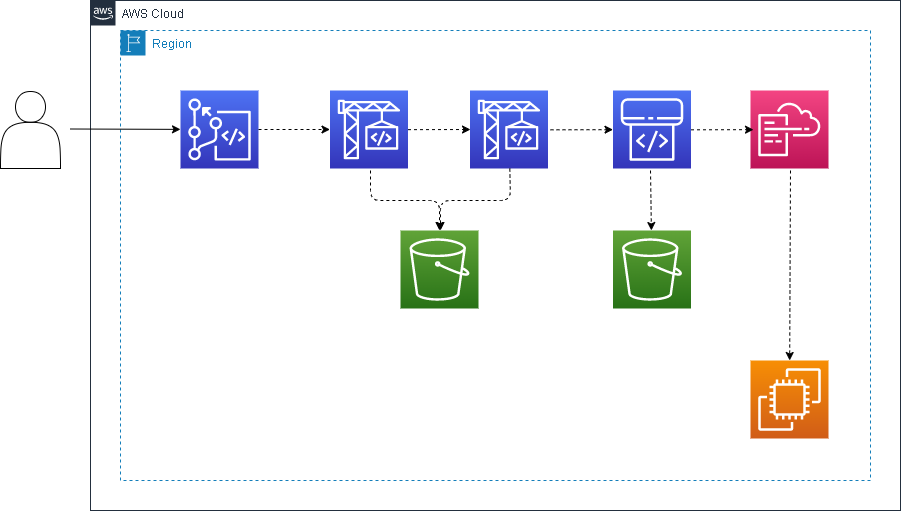
Earlier version of the draw.io export docs/img/architecture.drawio.png (cnc4e/cloudformation-cicd). Source tidied: cells renumbered, new cells last; positions are measured from the earlier drawing's top-left corner, leaving out a move shared by most shapes. Its diagram source:
```xml
<mxGraphModel background="#ffffff">
  <root>
    <mxCell id="0" />
    <mxCell id="1" parent="0" />
    <mxCell id="2" style="shape=actor;whiteSpace=wrap;html=1;" parent="1" vertex="1">
      <mxGeometry y="91" width="60" height="77" as="geometry" />
    </mxCell>
    <mxCell id="3" value="AWS Cloud" style="gradientColor=none;html=1;whiteSpace=wrap;fontSize=12;fontStyle=0;shape=mxgraph.aws4.group;grIcon=mxgraph.aws4.group_aws_cloud_alt;strokeColor=#232F3E;fillColor=none;verticalAlign=top;align=left;spacingLeft=30;fontColor=#232F3E;dashed=0;" parent="1" vertex="1">
      <mxGeometry x="90" width="810" height="510" as="geometry" />
    </mxCell>
    <mxCell id="4" value="Region" style="gradientColor=none;html=1;whiteSpace=wrap;fontSize=12;fontStyle=0;shape=mxgraph.aws4.group;grIcon=mxgraph.aws4.group_region;strokeColor=#147EBA;fillColor=none;verticalAlign=top;align=left;spacingLeft=30;fontColor=#147EBA;dashed=1;" parent="1" vertex="1">
      <mxGeometry x="120" y="30" width="750" height="450" as="geometry" />
    </mxCell>
    <mxCell id="5" style="outlineConnect=0;fontColor=#232F3E;gradientColor=#4D72F3;gradientDirection=north;fillColor=#3334B9;strokeColor=#ffffff;dashed=0;verticalLabelPosition=bottom;verticalAlign=top;align=center;html=1;fontSize=12;fontStyle=0;shape=mxgraph.aws4.resourceIcon;resIcon=mxgraph.aws4.codecommit;" parent="1" vertex="1">
      <mxGeometry x="180" y="90" width="78" height="78" as="geometry" />
    </mxCell>
    <mxCell id="6" style="outlineConnect=0;fontColor=#232F3E;gradientColor=#4D72F3;gradientDirection=north;fillColor=#3334B9;strokeColor=#ffffff;dashed=0;verticalLabelPosition=top;verticalAlign=bottom;align=center;html=1;fontSize=12;fontStyle=0;shape=mxgraph.aws4.resourceIcon;resIcon=mxgraph.aws4.codebuild;labelPosition=center;" parent="1" vertex="1">
      <mxGeometry x="329.5" y="90" width="78" height="78" as="geometry" />
    </mxCell>
    <mxCell id="7" style="outlineConnect=0;fontColor=#232F3E;gradientColor=#4D72F3;gradientDirection=north;fillColor=#3334B9;strokeColor=#ffffff;dashed=0;verticalLabelPosition=top;verticalAlign=bottom;align=center;html=1;fontSize=12;fontStyle=0;shape=mxgraph.aws4.resourceIcon;resIcon=mxgraph.aws4.codebuild;labelPosition=center;" parent="1" vertex="1">
      <mxGeometry x="469.5" y="90" width="78" height="78" as="geometry" />
    </mxCell>
    <mxCell id="8" style="fontColor=#232F3E;gradientColor=#4D72F3;gradientDirection=north;fillColor=#3334B9;strokeColor=#ffffff;dashed=0;verticalLabelPosition=bottom;verticalAlign=top;align=center;html=1;fontSize=12;fontStyle=0;shape=mxgraph.aws4.resourceIcon;resIcon=mxgraph.aws4.codepipeline;" parent="1" vertex="1">
      <mxGeometry x="612.5" y="90" width="78" height="78" as="geometry" />
    </mxCell>
    <mxCell id="9" style="outlineConnect=0;fontColor=#232F3E;gradientColor=#60A337;gradientDirection=north;fillColor=#277116;strokeColor=#ffffff;dashed=0;verticalLabelPosition=bottom;verticalAlign=top;align=center;html=1;fontSize=12;fontStyle=0;shape=mxgraph.aws4.resourceIcon;resIcon=mxgraph.aws4.s3;" parent="1" vertex="1">
      <mxGeometry x="400" y="230" width="78" height="78" as="geometry" />
    </mxCell>
    <mxCell id="10" style="outlineConnect=0;fontColor=#232F3E;gradientColor=#60A337;gradientDirection=north;fillColor=#277116;strokeColor=#ffffff;dashed=0;verticalLabelPosition=bottom;verticalAlign=top;align=center;html=1;fontSize=12;fontStyle=0;shape=mxgraph.aws4.resourceIcon;resIcon=mxgraph.aws4.s3;" parent="1" vertex="1">
      <mxGeometry x="612.5" y="230" width="78" height="78" as="geometry" />
    </mxCell>
    <mxCell id="11" style="fontColor=#232F3E;gradientColor=#F34482;gradientDirection=north;fillColor=#BC1356;strokeColor=#ffffff;dashed=0;verticalLabelPosition=top;verticalAlign=bottom;align=center;html=1;fontSize=12;fontStyle=0;shape=mxgraph.aws4.resourceIcon;resIcon=mxgraph.aws4.cloudformation;labelPosition=center;" parent="1" vertex="1">
      <mxGeometry x="750" y="90" width="78" height="78" as="geometry" />
    </mxCell>
    <mxCell id="12" style="outlineConnect=0;fontColor=#232F3E;gradientColor=#F78E04;gradientDirection=north;fillColor=#D05C17;strokeColor=#ffffff;dashed=0;verticalLabelPosition=bottom;verticalAlign=top;align=center;html=1;fontSize=12;fontStyle=0;shape=mxgraph.aws4.resourceIcon;resIcon=mxgraph.aws4.ec2;" parent="1" vertex="1">
      <mxGeometry x="750" y="360" width="78" height="78" as="geometry" />
    </mxCell>
    <mxCell id="13" style="endArrow=classic;html=1;fontColor=#000000;strokeColor=#000000;" parent="1" edge="1" target="5">
      <mxGeometry relative="1" as="geometry">
        <mxPoint x="70" y="128.5" as="sourcePoint" />
      </mxGeometry>
    </mxCell>
    <mxCell id="14" style="endArrow=classic;html=1;fontColor=#000000;strokeColor=#000000;dashed=1;" parent="1" edge="1" source="5" target="6">
      <mxGeometry relative="1" as="geometry" />
    </mxCell>
    <mxCell id="15" style="endArrow=classic;html=1;fontColor=#000000;strokeColor=#000000;dashed=1;" parent="1" edge="1">
      <mxGeometry relative="1" as="geometry">
        <mxPoint x="407.5" y="129.2" as="sourcePoint" />
        <mxPoint x="470" y="129" as="targetPoint" />
      </mxGeometry>
    </mxCell>
    <mxCell id="16" style="endArrow=classic;html=1;fontColor=#000000;strokeColor=#000000;dashed=1;" parent="1" edge="1">
      <mxGeometry relative="1" as="geometry">
        <mxPoint x="550" y="129.3" as="sourcePoint" />
        <mxPoint x="612.5" y="129.2" as="targetPoint" />
      </mxGeometry>
    </mxCell>
    <mxCell id="17" style="endArrow=classic;html=1;fontColor=#000000;strokeColor=#000000;dashed=1;" parent="1" edge="1">
      <mxGeometry relative="1" as="geometry">
        <mxPoint x="690.5" y="129.3" as="sourcePoint" />
        <mxPoint x="753" y="129.2" as="targetPoint" />
      </mxGeometry>
    </mxCell>
    <mxCell id="18" style="endArrow=classic;html=1;fontColor=#000000;strokeColor=#000000;dashed=1;" parent="1" edge="1" target="9">
      <mxGeometry relative="1" as="geometry">
        <mxPoint x="370" y="170" as="sourcePoint" />
        <Array as="points">
          <mxPoint x="370" y="200" />
          <mxPoint x="439" y="200" />
        </Array>
      </mxGeometry>
    </mxCell>
    <mxCell id="19" style="endArrow=classic;html=1;fontColor=#000000;strokeColor=#000000;dashed=1;" parent="1" edge="1" source="7">
      <mxGeometry relative="1" as="geometry">
        <mxPoint x="440" y="230" as="targetPoint" />
        <Array as="points">
          <mxPoint x="510" y="200" />
          <mxPoint x="440" y="200" />
        </Array>
      </mxGeometry>
    </mxCell>
    <mxCell id="20" style="endArrow=classic;html=1;fontColor=#000000;strokeColor=#000000;dashed=1;" parent="1" edge="1" target="10">
      <mxGeometry relative="1" as="geometry">
        <mxPoint x="650" y="170" as="sourcePoint" />
      </mxGeometry>
    </mxCell>
    <mxCell id="21" style="endArrow=classic;html=1;fontColor=#000000;strokeColor=#000000;dashed=1;" parent="1" edge="1" target="12">
      <mxGeometry relative="1" as="geometry">
        <mxPoint x="790" y="170" as="sourcePoint" />
      </mxGeometry>
    </mxCell>
  </root>
</mxGraphModel>
```
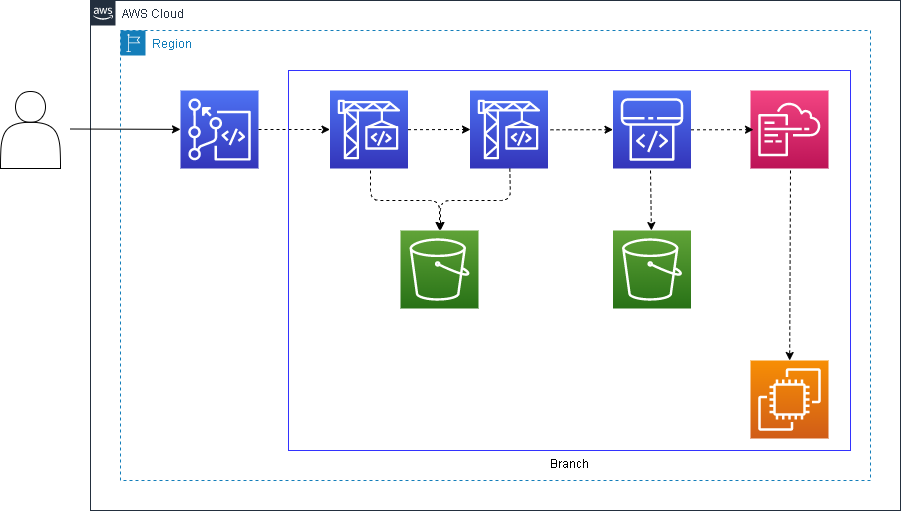
The same diagram one commit later.

Diff of the diagram source:
```diff
@@ -89,5 +89,8 @@
         <mxPoint x="790" y="170" as="sourcePoint" />
       </mxGeometry>
     </mxCell>
+    <mxCell id="22" value="Branch" style="rounded=0;whiteSpace=wrap;html=1;fontColor=#000000;fillColor=none;strokeColor=#3333FF;labelPosition=center;verticalLabelPosition=bottom;align=center;verticalAlign=top;" parent="1" vertex="1">
+      <mxGeometry x="288" y="70" width="562" height="380" as="geometry" />
+    </mxCell>
   </root>
 </mxGraphModel>
```
